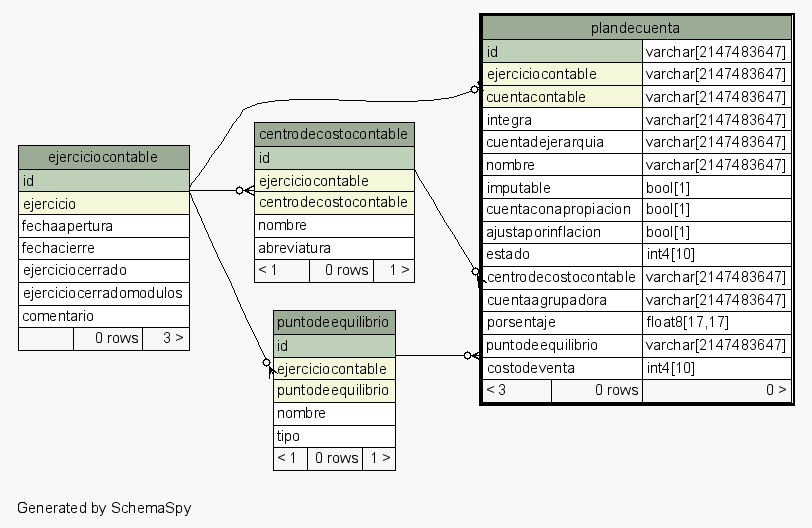
sebaalvarez/massoftware keeps this Graphviz diagram as sql/postgresql/schemaSpy/salida/diagrams/plandecuenta.1degree.png. Above is the earlier version. Its source is kept beside it as sql/postgresql/schemaSpy/salida/diagrams/plandecuenta.1degree.dot. Its diagram source:
```dot
digraph "oneDegreeRelationshipsDiagram" {
  graph [
    rankdir="RL"
    bgcolor="#f7f7f7"
    label="\nGenerated by SchemaSpy"
    labeljust="l"
    nodesep="0.18"
    ranksep="0.46"
    fontname="Helvetica"
    fontsize="11"
  ];
  node [
    fontname="Helvetica"
    fontsize="11"
    shape="plaintext"
  ];
  edge [
    arrowsize="0.8"
  ];
  "centrodecostocontable":"ejerciciocontable":sw -> "ejerciciocontable":"id":se [arrowhead=none dir=back arrowtail=crowodot];
  "plandecuenta":"centrodecostocontable":sw -> "centrodecostocontable":"id":se [arrowhead=none dir=back arrowtail=crowodot];
  "plandecuenta":"ejerciciocontable":sw -> "ejerciciocontable":"id":se [arrowhead=none dir=back arrowtail=teeodot];
  "plandecuenta":"puntodeequilibrio":sw -> "puntodeequilibrio":"id":se [arrowhead=none dir=back arrowtail=crowodot];
  "puntodeequilibrio":"ejerciciocontable":sw -> "ejerciciocontable":"id":se [arrowhead=none dir=back arrowtail=crowodot];
  "centrodecostocontable" [
    label=<
    <TABLE BORDER="0" CELLBORDER="1" CELLSPACING="0" BGCOLOR="#ffffff">
      <TR><TD COLSPAN="3" BGCOLOR="#9bab96" ALIGN="CENTER">centrodecostocontable</TD></TR>
      <TR><TD PORT="id" COLSPAN="3" BGCOLOR="#bed1b8" ALIGN="LEFT">id</TD></TR>
      <TR><TD PORT="ejerciciocontable" COLSPAN="3" BGCOLOR="#f4f7da" ALIGN="LEFT">ejerciciocontable</TD></TR>
      <TR><TD PORT="centrodecostocontable" COLSPAN="3" BGCOLOR="#f4f7da" ALIGN="LEFT">centrodecostocontable</TD></TR>
      <TR><TD PORT="nombre" COLSPAN="3" ALIGN="LEFT">nombre</TD></TR>
      <TR><TD PORT="abreviatura" COLSPAN="3" ALIGN="LEFT">abreviatura</TD></TR>
      <TR><TD ALIGN="LEFT" BGCOLOR="#f7f7f7">&lt; 1</TD><TD ALIGN="RIGHT" BGCOLOR="#f7f7f7">0 rows</TD><TD ALIGN="RIGHT" BGCOLOR="#f7f7f7">1 &gt;</TD></TR>
    </TABLE>>
    URL="centrodecostocontable.html"
    tooltip="centrodecostocontable"
  ];
  "ejerciciocontable" [
    label=<
    <TABLE BORDER="0" CELLBORDER="1" CELLSPACING="0" BGCOLOR="#ffffff">
      <TR><TD COLSPAN="3" BGCOLOR="#9bab96" ALIGN="CENTER">ejerciciocontable</TD></TR>
      <TR><TD PORT="id" COLSPAN="3" BGCOLOR="#bed1b8" ALIGN="LEFT">id</TD></TR>
      <TR><TD PORT="ejercicio" COLSPAN="3" BGCOLOR="#f4f7da" ALIGN="LEFT">ejercicio</TD></TR>
      <TR><TD PORT="fechaapertura" COLSPAN="3" ALIGN="LEFT">fechaapertura</TD></TR>
      <TR><TD PORT="fechacierre" COLSPAN="3" ALIGN="LEFT">fechacierre</TD></TR>
      <TR><TD PORT="ejerciciocerrado" COLSPAN="3" ALIGN="LEFT">ejerciciocerrado</TD></TR>
      <TR><TD PORT="ejerciciocerradomodulos" COLSPAN="3" ALIGN="LEFT">ejerciciocerradomodulos</TD></TR>
      <TR><TD PORT="comentario" COLSPAN="3" ALIGN="LEFT">comentario</TD></TR>
      <TR><TD ALIGN="LEFT" BGCOLOR="#f7f7f7">  </TD><TD ALIGN="RIGHT" BGCOLOR="#f7f7f7">0 rows</TD><TD ALIGN="RIGHT" BGCOLOR="#f7f7f7">3 &gt;</TD></TR>
    </TABLE>>
    URL="ejerciciocontable.html"
    tooltip="ejerciciocontable"
  ];
  "plandecuenta" [
    label=<
    <TABLE BORDER="2" CELLBORDER="1" CELLSPACING="0" BGCOLOR="#ffffff">
      <TR><TD COLSPAN="3" BGCOLOR="#9bab96" ALIGN="CENTER">plandecuenta</TD></TR>
      <TR><TD PORT="id" COLSPAN="2" BGCOLOR="#bed1b8" ALIGN="LEFT">id</TD><TD PORT="id.type" ALIGN="LEFT">varchar[2147483647]</TD></TR>
      <TR><TD PORT="ejerciciocontable" COLSPAN="2" BGCOLOR="#f4f7da" ALIGN="LEFT">ejerciciocontable</TD><TD PORT="ejerciciocontable.type" ALIGN="LEFT">varchar[2147483647]</TD></TR>
      <TR><TD PORT="cuentacontable" COLSPAN="2" BGCOLOR="#f4f7da" ALIGN="LEFT">cuentacontable</TD><TD PORT="cuentacontable.type" ALIGN="LEFT">varchar[2147483647]</TD></TR>
      <TR><TD PORT="integra" COLSPAN="2" ALIGN="LEFT">integra</TD><TD PORT="integra.type" ALIGN="LEFT">varchar[2147483647]</TD></TR>
      <TR><TD PORT="cuentadejerarquia" COLSPAN="2" ALIGN="LEFT">cuentadejerarquia</TD><TD PORT="cuentadejerarquia.type" ALIGN="LEFT">varchar[2147483647]</TD></TR>
      <TR><TD PORT="nombre" COLSPAN="2" ALIGN="LEFT">nombre</TD><TD PORT="nombre.type" ALIGN="LEFT">varchar[2147483647]</TD></TR>
      <TR><TD PORT="imputable" COLSPAN="2" ALIGN="LEFT">imputable</TD><TD PORT="imputable.type" ALIGN="LEFT">bool[1]</TD></TR>
      <TR><TD PORT="cuentaconapropiacion" COLSPAN="2" ALIGN="LEFT">cuentaconapropiacion</TD><TD PORT="cuentaconapropiacion.type" ALIGN="LEFT">bool[1]</TD></TR>
      <TR><TD PORT="ajustaporinflacion" COLSPAN="2" ALIGN="LEFT">ajustaporinflacion</TD><TD PORT="ajustaporinflacion.type" ALIGN="LEFT">bool[1]</TD></TR>
      <TR><TD PORT="estado" COLSPAN="2" ALIGN="LEFT">estado</TD><TD PORT="estado.type" ALIGN="LEFT">int4[10]</TD></TR>
      <TR><TD PORT="centrodecostocontable" COLSPAN="2" ALIGN="LEFT">centrodecostocontable</TD><TD PORT="centrodecostocontable.type" ALIGN="LEFT">varchar[2147483647]</TD></TR>
      <TR><TD PORT="cuentaagrupadora" COLSPAN="2" ALIGN="LEFT">cuentaagrupadora</TD><TD PORT="cuentaagrupadora.type" ALIGN="LEFT">varchar[2147483647]</TD></TR>
      <TR><TD PORT="porsentaje" COLSPAN="2" ALIGN="LEFT">porsentaje</TD><TD PORT="porsentaje.type" ALIGN="LEFT">float8[17,17]</TD></TR>
      <TR><TD PORT="puntodeequilibrio" COLSPAN="2" ALIGN="LEFT">puntodeequilibrio</TD><TD PORT="puntodeequilibrio.type" ALIGN="LEFT">varchar[2147483647]</TD></TR>
      <TR><TD PORT="costodeventa" COLSPAN="2" ALIGN="LEFT">costodeventa</TD><TD PORT="costodeventa.type" ALIGN="LEFT">int4[10]</TD></TR>
      <TR><TD ALIGN="LEFT" BGCOLOR="#f7f7f7">&lt; 3</TD><TD ALIGN="RIGHT" BGCOLOR="#f7f7f7">0 rows</TD><TD ALIGN="RIGHT" BGCOLOR="#f7f7f7">0 &gt;</TD></TR>
    </TABLE>>
    URL="plandecuenta.html"
    tooltip="plandecuenta"
  ];
  "puntodeequilibrio" [
    label=<
    <TABLE BORDER="0" CELLBORDER="1" CELLSPACING="0" BGCOLOR="#ffffff">
      <TR><TD COLSPAN="3" BGCOLOR="#9bab96" ALIGN="CENTER">puntodeequilibrio</TD></TR>
      <TR><TD PORT="id" COLSPAN="3" BGCOLOR="#bed1b8" ALIGN="LEFT">id</TD></TR>
      <TR><TD PORT="ejerciciocontable" COLSPAN="3" BGCOLOR="#f4f7da" ALIGN="LEFT">ejerciciocontable</TD></TR>
      <TR><TD PORT="puntodeequilibrio" COLSPAN="3" BGCOLOR="#f4f7da" ALIGN="LEFT">puntodeequilibrio</TD></TR>
      <TR><TD PORT="nombre" COLSPAN="3" ALIGN="LEFT">nombre</TD></TR>
      <TR><TD PORT="tipo" COLSPAN="3" ALIGN="LEFT">tipo</TD></TR>
      <TR><TD ALIGN="LEFT" BGCOLOR="#f7f7f7">&lt; 1</TD><TD ALIGN="RIGHT" BGCOLOR="#f7f7f7">0 rows</TD><TD ALIGN="RIGHT" BGCOLOR="#f7f7f7">1 &gt;</TD></TR>
    </TABLE>>
    URL="puntodeequilibrio.html"
    tooltip="puntodeequilibrio"
  ];
}
```
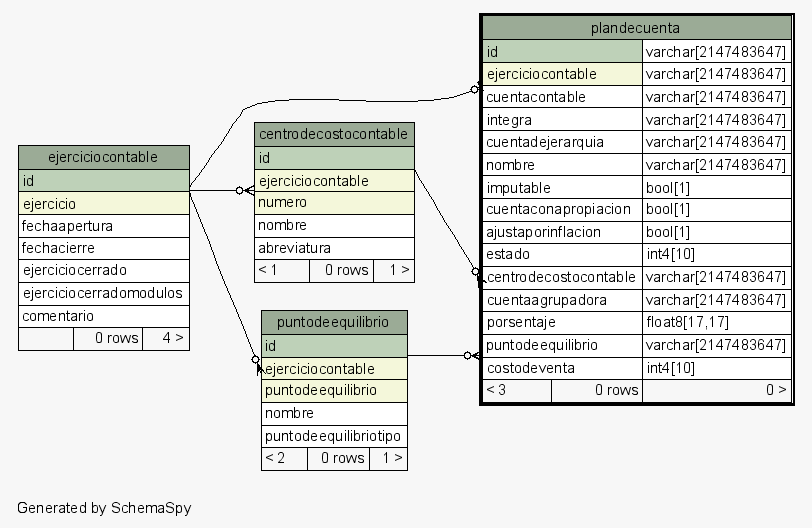
After the change.

What changed in the source:
```diff
@@ -28,7 +28,7 @@
       <TR><TD COLSPAN="3" BGCOLOR="#9bab96" ALIGN="CENTER">centrodecostocontable</TD></TR>
       <TR><TD PORT="id" COLSPAN="3" BGCOLOR="#bed1b8" ALIGN="LEFT">id</TD></TR>
       <TR><TD PORT="ejerciciocontable" COLSPAN="3" BGCOLOR="#f4f7da" ALIGN="LEFT">ejerciciocontable</TD></TR>
-      <TR><TD PORT="centrodecostocontable" COLSPAN="3" BGCOLOR="#f4f7da" ALIGN="LEFT">centrodecostocontable</TD></TR>
+      <TR><TD PORT="numero" COLSPAN="3" BGCOLOR="#f4f7da" ALIGN="LEFT">numero</TD></TR>
       <TR><TD PORT="nombre" COLSPAN="3" ALIGN="LEFT">nombre</TD></TR>
       <TR><TD PORT="abreviatura" COLSPAN="3" ALIGN="LEFT">abreviatura</TD></TR>
       <TR><TD ALIGN="LEFT" BGCOLOR="#f7f7f7">&lt; 1</TD><TD ALIGN="RIGHT" BGCOLOR="#f7f7f7">0 rows</TD><TD ALIGN="RIGHT" BGCOLOR="#f7f7f7">1 &gt;</TD></TR>
@@ -47,7 +47,7 @@
       <TR><TD PORT="ejerciciocerrado" COLSPAN="3" ALIGN="LEFT">ejerciciocerrado</TD></TR>
       <TR><TD PORT="ejerciciocerradomodulos" COLSPAN="3" ALIGN="LEFT">ejerciciocerradomodulos</TD></TR>
       <TR><TD PORT="comentario" COLSPAN="3" ALIGN="LEFT">comentario</TD></TR>
-      <TR><TD ALIGN="LEFT" BGCOLOR="#f7f7f7">  </TD><TD ALIGN="RIGHT" BGCOLOR="#f7f7f7">0 rows</TD><TD ALIGN="RIGHT" BGCOLOR="#f7f7f7">3 &gt;</TD></TR>
+      <TR><TD ALIGN="LEFT" BGCOLOR="#f7f7f7">  </TD><TD ALIGN="RIGHT" BGCOLOR="#f7f7f7">0 rows</TD><TD ALIGN="RIGHT" BGCOLOR="#f7f7f7">4 &gt;</TD></TR>
     </TABLE>>
     URL="ejerciciocontable.html"
     tooltip="ejerciciocontable"
@@ -58,7 +58,7 @@
       <TR><TD COLSPAN="3" BGCOLOR="#9bab96" ALIGN="CENTER">plandecuenta</TD></TR>
       <TR><TD PORT="id" COLSPAN="2" BGCOLOR="#bed1b8" ALIGN="LEFT">id</TD><TD PORT="id.type" ALIGN="LEFT">varchar[2147483647]</TD></TR>
       <TR><TD PORT="ejerciciocontable" COLSPAN="2" BGCOLOR="#f4f7da" ALIGN="LEFT">ejerciciocontable</TD><TD PORT="ejerciciocontable.type" ALIGN="LEFT">varchar[2147483647]</TD></TR>
-      <TR><TD PORT="cuentacontable" COLSPAN="2" BGCOLOR="#f4f7da" ALIGN="LEFT">cuentacontable</TD><TD PORT="cuentacontable.type" ALIGN="LEFT">varchar[2147483647]</TD></TR>
+      <TR><TD PORT="cuentacontable" COLSPAN="2" ALIGN="LEFT">cuentacontable</TD><TD PORT="cuentacontable.type" ALIGN="LEFT">varchar[2147483647]</TD></TR>
       <TR><TD PORT="integra" COLSPAN="2" ALIGN="LEFT">integra</TD><TD PORT="integra.type" ALIGN="LEFT">varchar[2147483647]</TD></TR>
       <TR><TD PORT="cuentadejerarquia" COLSPAN="2" ALIGN="LEFT">cuentadejerarquia</TD><TD PORT="cuentadejerarquia.type" ALIGN="LEFT">varchar[2147483647]</TD></TR>
       <TR><TD PORT="nombre" COLSPAN="2" ALIGN="LEFT">nombre</TD><TD PORT="nombre.type" ALIGN="LEFT">varchar[2147483647]</TD></TR>
@@ -84,8 +84,8 @@
       <TR><TD PORT="ejerciciocontable" COLSPAN="3" BGCOLOR="#f4f7da" ALIGN="LEFT">ejerciciocontable</TD></TR>
       <TR><TD PORT="puntodeequilibrio" COLSPAN="3" BGCOLOR="#f4f7da" ALIGN="LEFT">puntodeequilibrio</TD></TR>
       <TR><TD PORT="nombre" COLSPAN="3" ALIGN="LEFT">nombre</TD></TR>
-      <TR><TD PORT="tipo" COLSPAN="3" ALIGN="LEFT">tipo</TD></TR>
-      <TR><TD ALIGN="LEFT" BGCOLOR="#f7f7f7">&lt; 1</TD><TD ALIGN="RIGHT" BGCOLOR="#f7f7f7">0 rows</TD><TD ALIGN="RIGHT" BGCOLOR="#f7f7f7">1 &gt;</TD></TR>
+      <TR><TD PORT="puntodeequilibriotipo" COLSPAN="3" ALIGN="LEFT">puntodeequilibriotipo</TD></TR>
+      <TR><TD ALIGN="LEFT" BGCOLOR="#f7f7f7">&lt; 2</TD><TD ALIGN="RIGHT" BGCOLOR="#f7f7f7">0 rows</TD><TD ALIGN="RIGHT" BGCOLOR="#f7f7f7">1 &gt;</TD></TR>
     </TABLE>>
     URL="puntodeequilibrio.html"
     tooltip="puntodeequilibrio"
```
